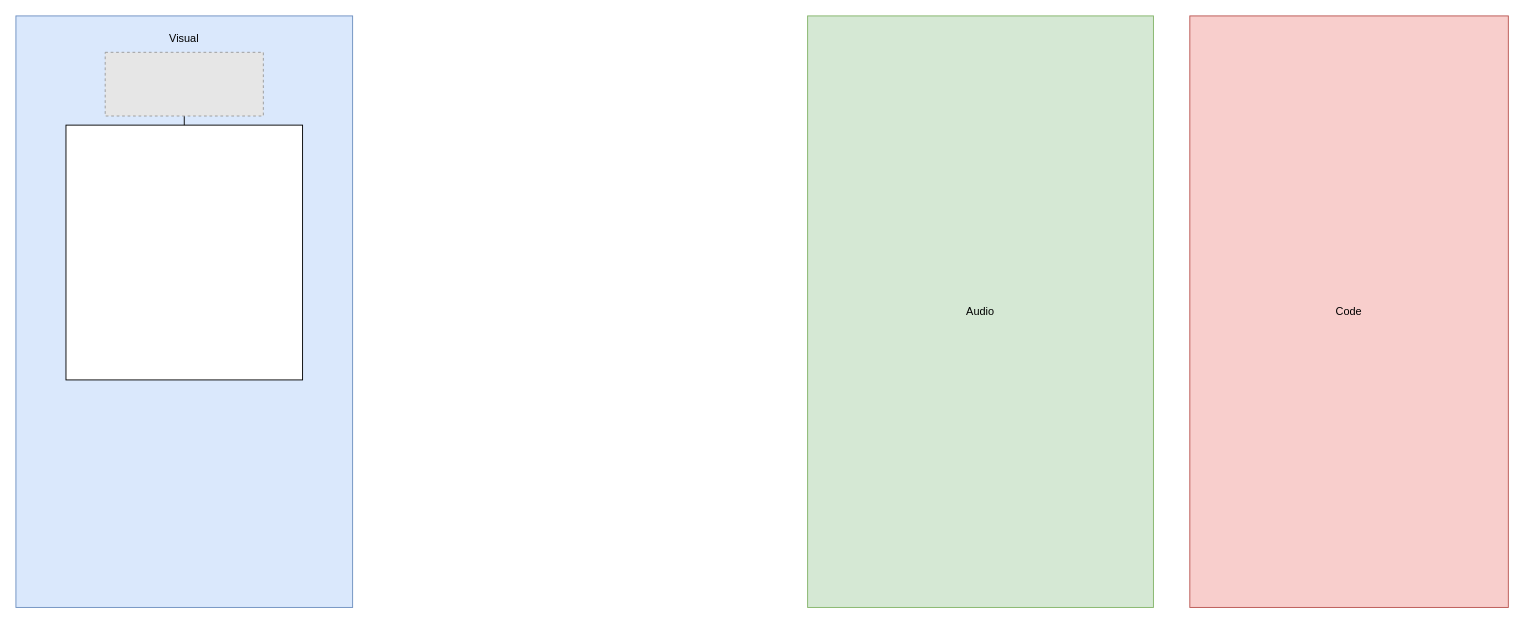
The draw.io diagram Mario.drawio in klimkam/mario, before the edit. Source tidied: cells renumbered, new cells numbered last; positions are measured from the earlier drawing's top-left corner, leaving out a move shared by most shapes. Both pictures are drawn from the tidied source at 91%, with x=0, y=0 at pixel (15, 15). Pictures stored in the file or linked from it are replaced by grey dashed boxes.
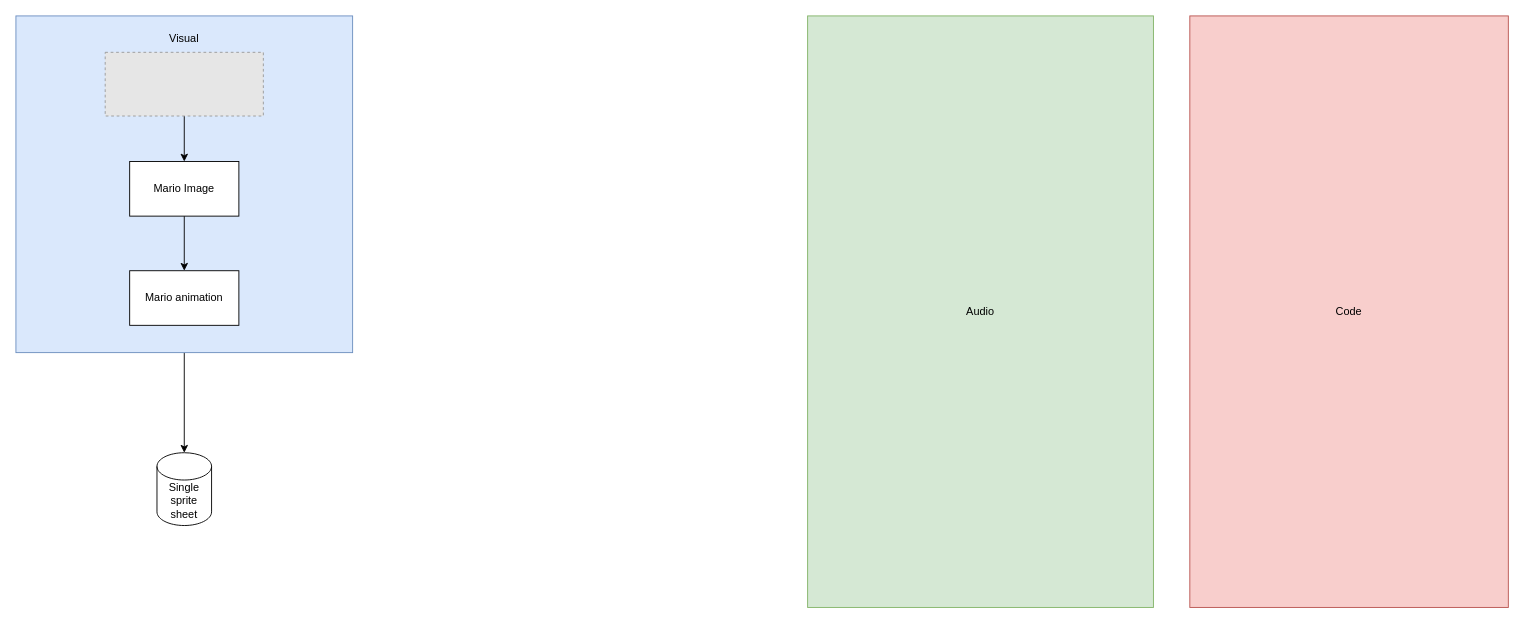
The same diagram, later.

Diff of the diagram source:
```diff
@@
 <mxGraphModel>
   <root>
     <mxCell id="0" />
     <mxCell id="1" parent="0" />
+    <mxCell id="12" style="edgeStyle=orthogonalEdgeStyle;rounded=0;jettySize=auto;html=1;" parent="1" edge="1" source="2" target="13">
+      <mxGeometry relative="1" as="geometry" />
+    </mxCell>
     <mxCell id="2" style="rounded=0;whiteSpace=wrap;html=1;fillColor=#dae8fc;strokeColor=#6c8ebf;" parent="1" vertex="1">
-      <mxGeometry width="370" height="650" as="geometry" />
+      <mxGeometry width="370" height="370" as="geometry" />
     </mxCell>
     <mxCell id="3" value="Audio" style="rounded=0;whiteSpace=wrap;html=1;fillColor=#d5e8d4;strokeColor=#82b366;" parent="1" vertex="1">
       <mxGeometry x="870" width="380" height="650" as="geometry" />
     </mxCell>
     <mxCell id="4" value="Code" style="rounded=0;whiteSpace=wrap;html=1;fillColor=#f8cecc;strokeColor=#b85450;" parent="1" vertex="1">
       <mxGeometry x="1290" width="350" height="650" as="geometry" />
     </mxCell>
     <mxCell id="5" value="Visual" style="text;html=1;strokeColor=none;fillColor=none;align=center;verticalAlign=middle;whiteSpace=wrap;rounded=0;" parent="1" vertex="1">
       <mxGeometry x="155" y="10" width="60" height="30" as="geometry" />
     </mxCell>
     <mxCell id="6" style="edgeStyle=orthogonalEdgeStyle;rounded=0;jettySize=auto;html=1;" parent="1" edge="1" source="7" target="9">
       <mxGeometry relative="1" as="geometry" />
     </mxCell>
     <mxCell id="7" style="fillColor=#E6E6E6;strokeColor=#999999;dashed=1;verticalLabelPosition=bottom;labelBackgroundColor=default;verticalAlign=top;" parent="1" vertex="1">
       <mxGeometry x="98.1" y="40" width="173.8" height="70" as="geometry" />
     </mxCell>
     <mxCell id="8" style="edgeStyle=orthogonalEdgeStyle;rounded=0;jettySize=auto;html=1;" parent="1" edge="1" source="9" target="10">
       <mxGeometry relative="1" as="geometry" />
     </mxCell>
     <mxCell id="9" value="Mario Image" style="rounded=0;whiteSpace=wrap;html=1;" parent="1" vertex="1">
       <mxGeometry x="125" y="160" width="120" height="60" as="geometry" />
     </mxCell>
     <mxCell id="10" value="Mario animation" style="rounded=0;whiteSpace=wrap;html=1;" parent="1" vertex="1">
       <mxGeometry x="125" y="280" width="120" height="60" as="geometry" />
     </mxCell>
-    <mxCell id="11" style="rounded=0;whiteSpace=wrap;html=1;" parent="1" vertex="1">
-      <mxGeometry x="55" y="120" width="260" height="280" as="geometry" />
-    </mxCell>
+    <mxCell id="13" value="Single sprite sheet" style="shape=cylinder3;whiteSpace=wrap;html=1;boundedLbl=1;backgroundOutline=1;size=15;" parent="1" vertex="1">
+      <mxGeometry x="155" y="480" width="60" height="80" as="geometry" />
+    </mxCell>
   </root>
 </mxGraphModel>
```
